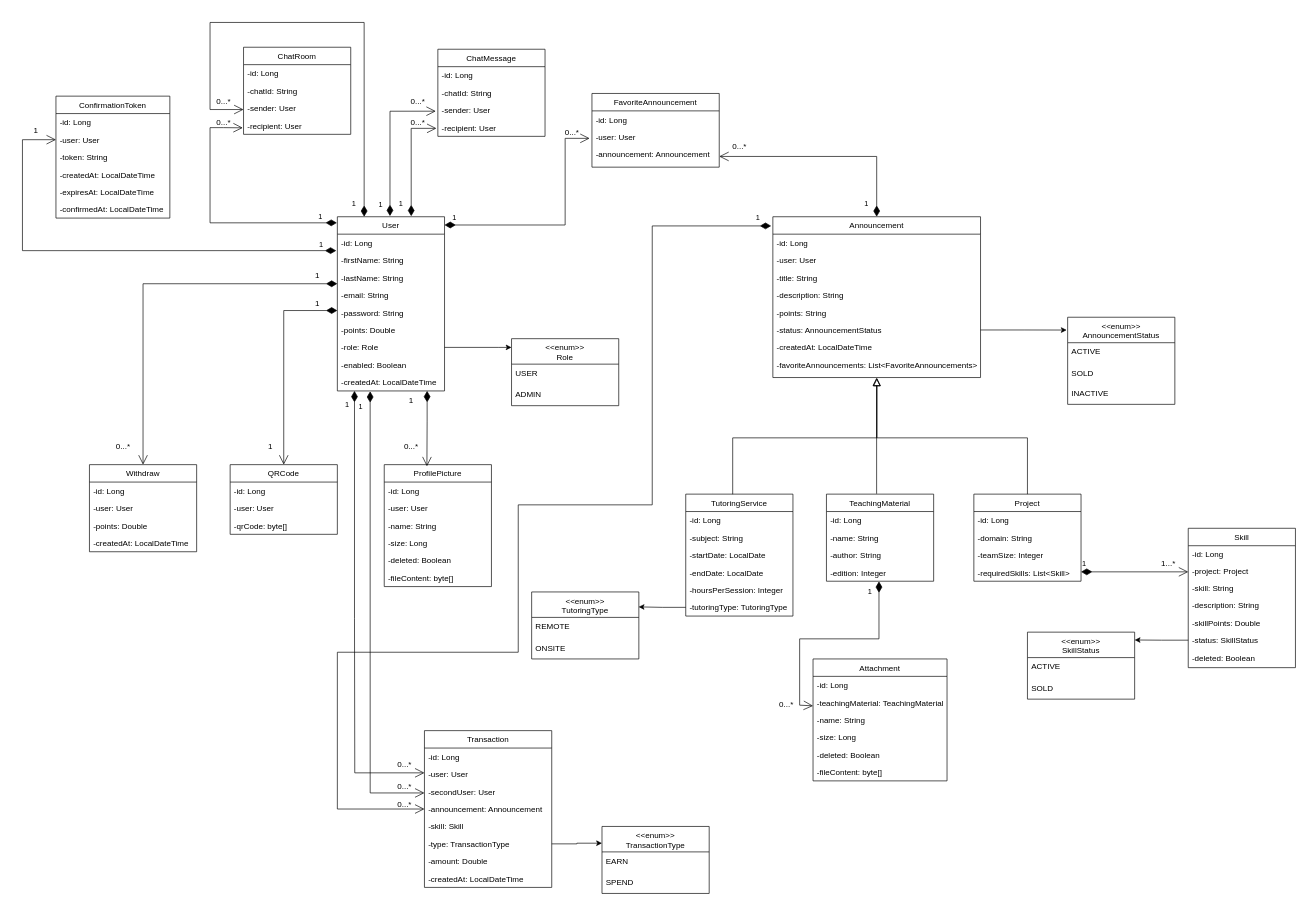
Earlier version of the draw.io diagram page "diagrama-de-clase" (1 of 4) of Diagramă fără titlu.drawio (anisia1204/BidPlatformForStudents). Source tidied: cells renumbered, new cells numbered last; positions are measured from the earlier drawing's top-left corner, leaving out a move shared by most shapes. Both pictures are drawn from the tidied source at 67%, with x=0, y=0 at pixel (22, 22).
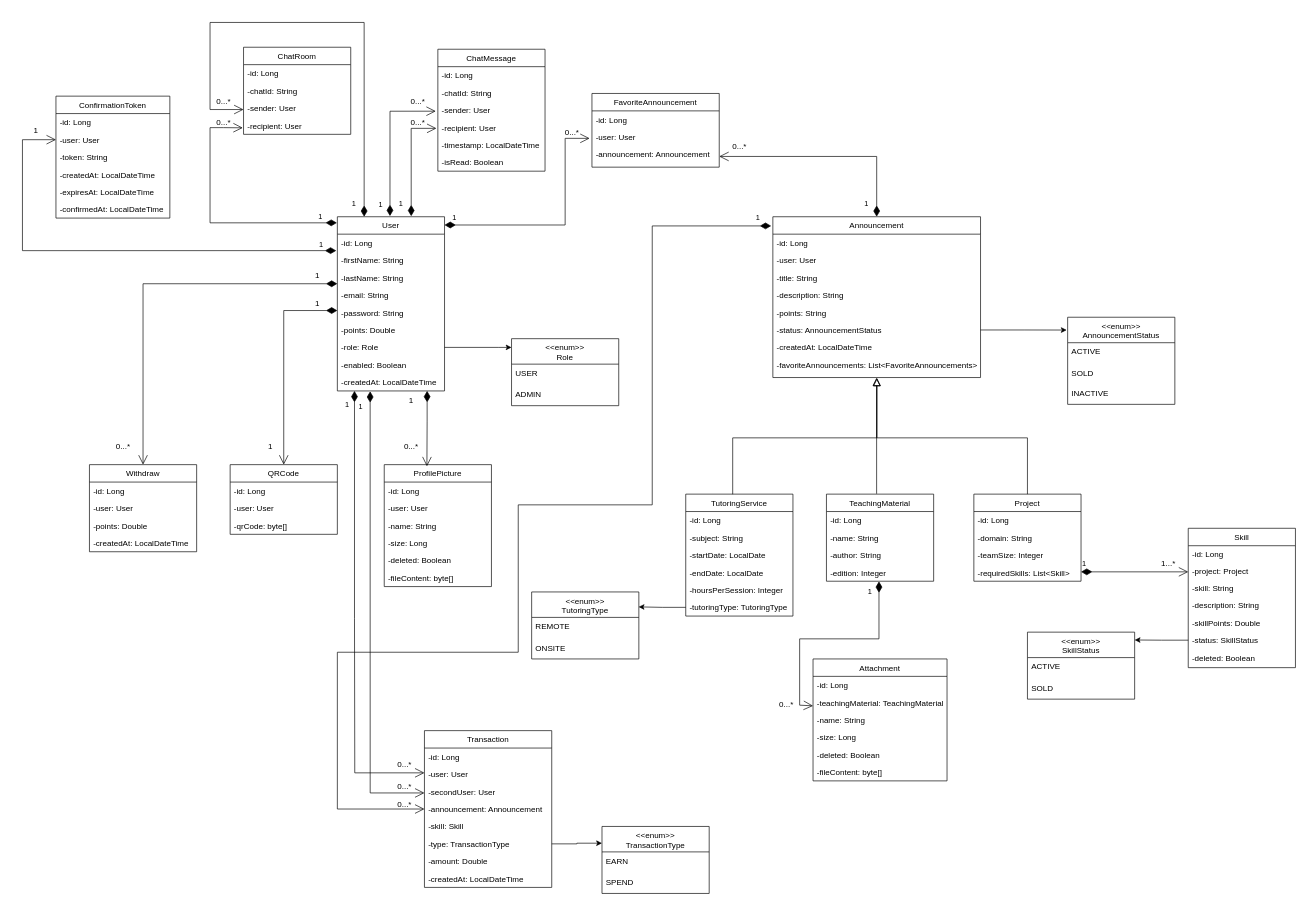
The same page after the edit.

Commit message:
fix class diagram

The edit, as a diff of the source:
```diff
@@
     <mxCell id="90" value="ChatMessage" style="swimlane;fontStyle=0;align=center;verticalAlign=top;horizontal=1;startSize=26;rounded=0;shadow=0;strokeWidth=1;" parent="1" vertex="1">
-      <mxGeometry x="620" y="40" width="160" height="130" as="geometry" />
+      <mxGeometry x="620" y="40" width="160" height="182" as="geometry" />
     </mxCell>
@@
+    <mxCell id="156" value="-timestamp: LocalDateTime" style="text;align=left;verticalAlign=top;spacingLeft=4;spacingRight=4;overflow=hidden;" parent="90" vertex="1">
+      <mxGeometry y="130" width="160" height="26" as="geometry" />
+    </mxCell>
+    <mxCell id="157" value="-isRead: Boolean" style="text;align=left;verticalAlign=top;spacingLeft=4;spacingRight=4;overflow=hidden;" parent="90" vertex="1">
+      <mxGeometry y="156" width="160" height="26" as="geometry" />
+    </mxCell>
```
